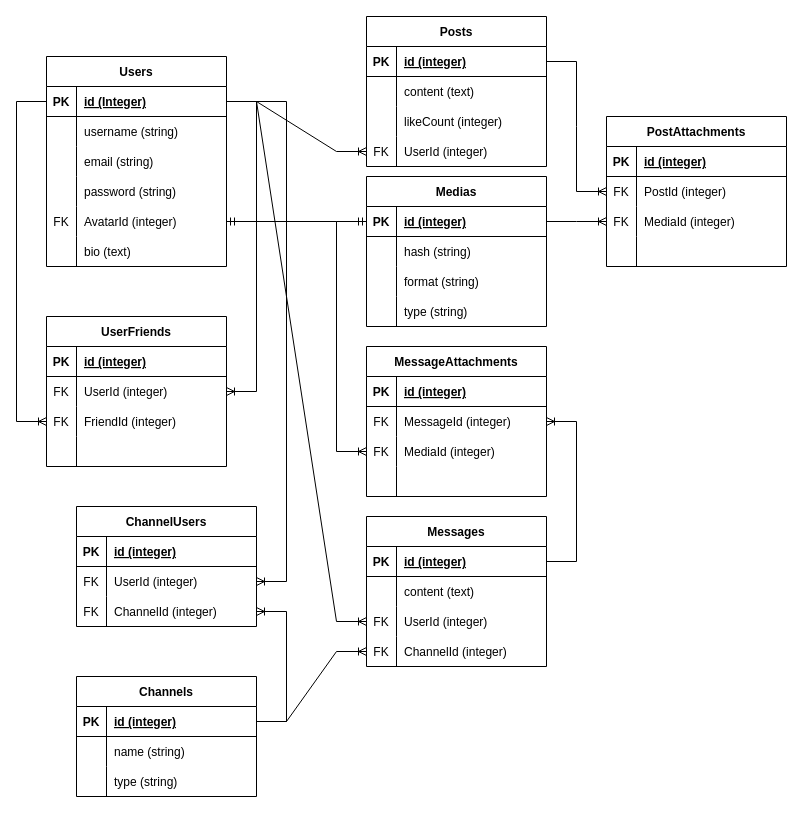
The draw.io diagram individual-schema.drawio in rmt-30-dahlia-fox/p2-iproject-server, before the edit. Source tidied: cells renumbered, new cells numbered last; positions are measured from the earlier drawing's top-left corner, leaving out a move shared by most shapes. Both pictures are drawn from the tidied source at 100%, with x=0, y=0 at pixel (-4, 16).
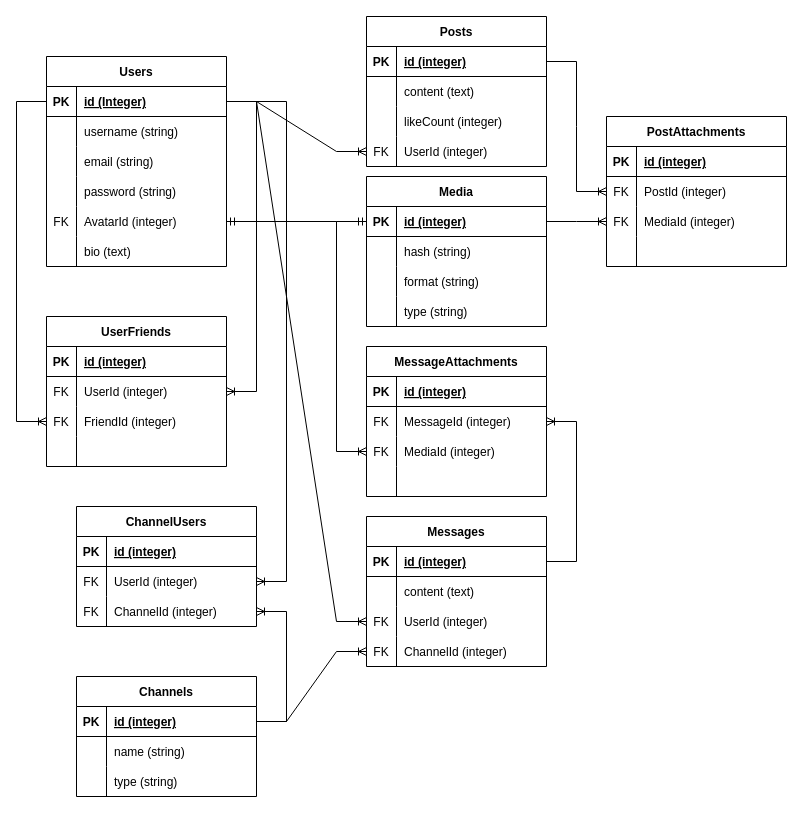
Above is the later version.

Diff of the diagram source:
```diff
@@
-    <mxCell id="49" value="Medias" style="shape=table;startSize=30;childLayout=tableLayout;rowLines=0;fontStyle=1;align=center;" parent="1" vertex="1">
+    <mxCell id="49" value="Media" style="shape=table;startSize=30;childLayout=tableLayout;rowLines=0;fontStyle=1;align=center;" parent="1" vertex="1">
       <mxGeometry x="370" y="160" width="180" height="150" as="geometry" />
     </mxCell>
```
